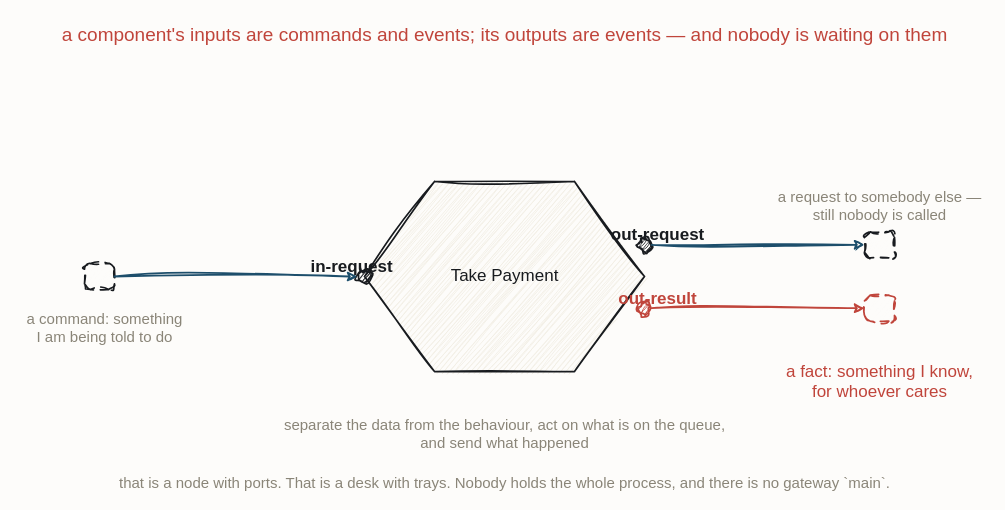
Before: resources/flow-command-event-ports.drawio in iancooper/practical-messaging, a draw.io diagram. Source tidied: cells renumbered, new cells numbered last; positions are measured from the earlier drawing's top-left corner, leaving out a move shared by most shapes. Both pictures are drawn from the tidied source at 100%, with x=0, y=0 at pixel (44, 17).
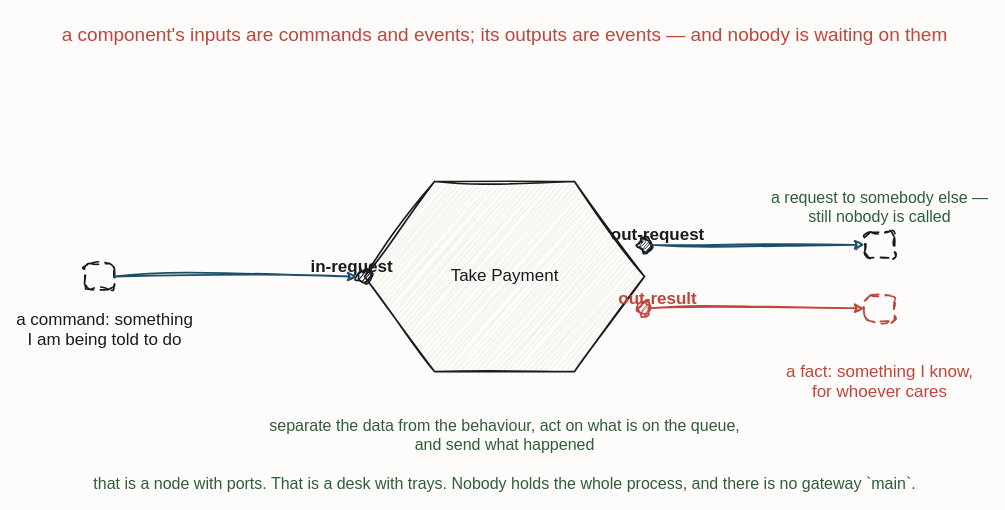
Above is the later version.

Change to the diagram source:
```diff
@@
-    <mxCell id="13" value="a command: something&#10;I am being told to do" style="text;html=1;align=center;fontFamily=Caveat;fontSize=15;fontColor=#8A8578;" parent="1" vertex="1">
+    <mxCell id="13" value="a command: something&#10;I am being told to do" style="text;html=1;align=center;fontFamily=Caveat;fontSize=17;fontColor=#181B1F;" parent="1" vertex="1">
       <mxGeometry y="286" width="120" height="20" as="geometry" />
     </mxCell>
-    <mxCell id="14" value="a request to somebody else —&#10;still nobody is called" style="text;html=1;align=center;fontFamily=Caveat;fontSize=15;fontColor=#8A8578;" parent="1" vertex="1">
+    <mxCell id="14" value="a request to somebody else —&#10;still nobody is called" style="text;html=1;align=center;fontFamily=Caveat;fontSize=16;fontColor=#2F5D3A;" parent="1" vertex="1">
       <mxGeometry x="775" y="164" width="120" height="20" as="geometry" />
     </mxCell>
@@
-    <mxCell id="16" value="separate the data from the behaviour, act on what is on the queue,&#10;and send what happened" style="text;html=1;align=center;fontFamily=Caveat;fontSize=15;fontColor=#8A8578;" parent="1" vertex="1">
+    <mxCell id="16" value="separate the data from the behaviour, act on what is on the queue,&#10;and send what happened" style="text;html=1;align=center;fontFamily=Caveat;fontSize=16;fontColor=#2F5D3A;" parent="1" vertex="1">
       <mxGeometry x="400" y="392" width="120" height="20" as="geometry" />
     </mxCell>
-    <mxCell id="17" value="that is a node with ports. That is a desk with trays. Nobody holds the whole process, and there is no gateway `main`." style="text;html=1;align=center;fontFamily=Caveat;fontSize=15;fontColor=#8A8578;" parent="1" vertex="1">
+    <mxCell id="17" value="that is a node with ports. That is a desk with trays. Nobody holds the whole process, and there is no gateway `main`." style="text;html=1;align=center;fontFamily=Caveat;fontSize=16;fontColor=#2F5D3A;" parent="1" vertex="1">
       <mxGeometry x="400" y="450" width="120" height="20" as="geometry" />
     </mxCell>
```
